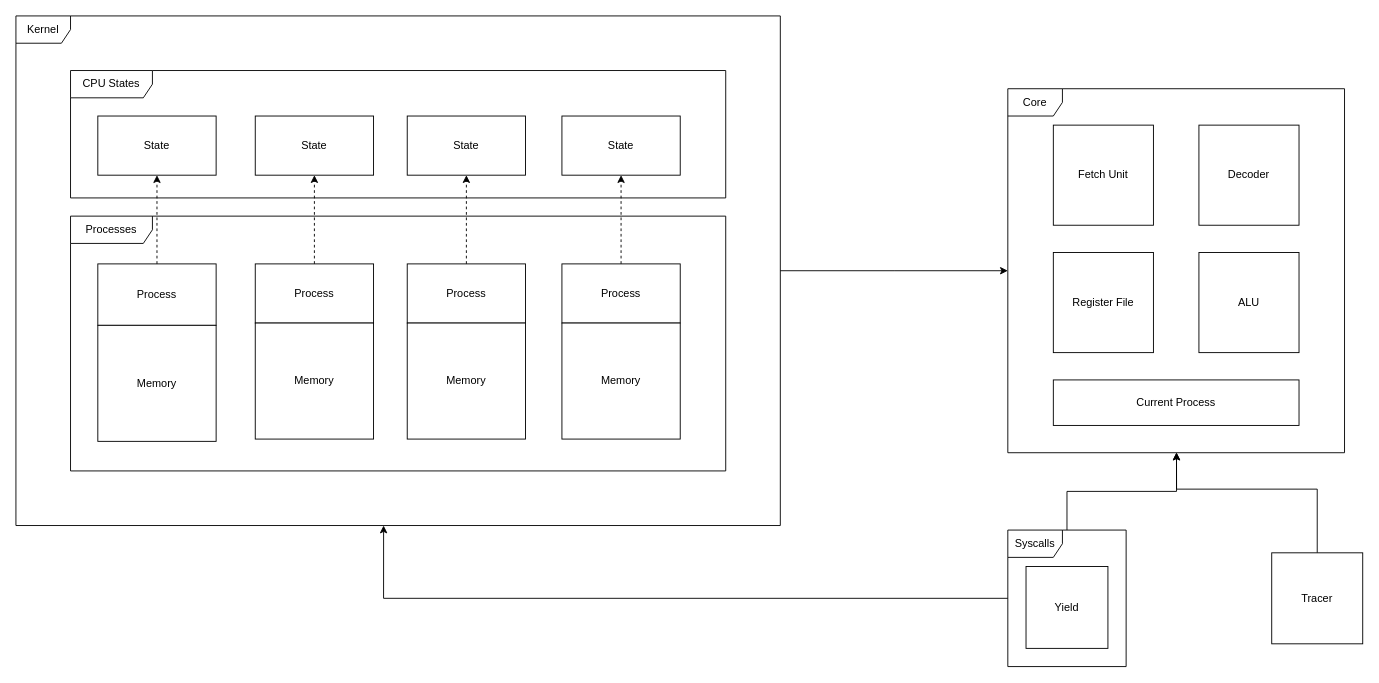
Earlier version of the draw.io diagram page "SC-MP" (2 of 3) of UML/architechture.drawio (XwanXuanX/Misim). Source tidied: cells renumbered, new cells numbered last; positions are measured from the earlier drawing's top-left corner, leaving out a move shared by most shapes. Both pictures are drawn from the tidied source at 91%, with x=0, y=0 at pixel (15, 15).
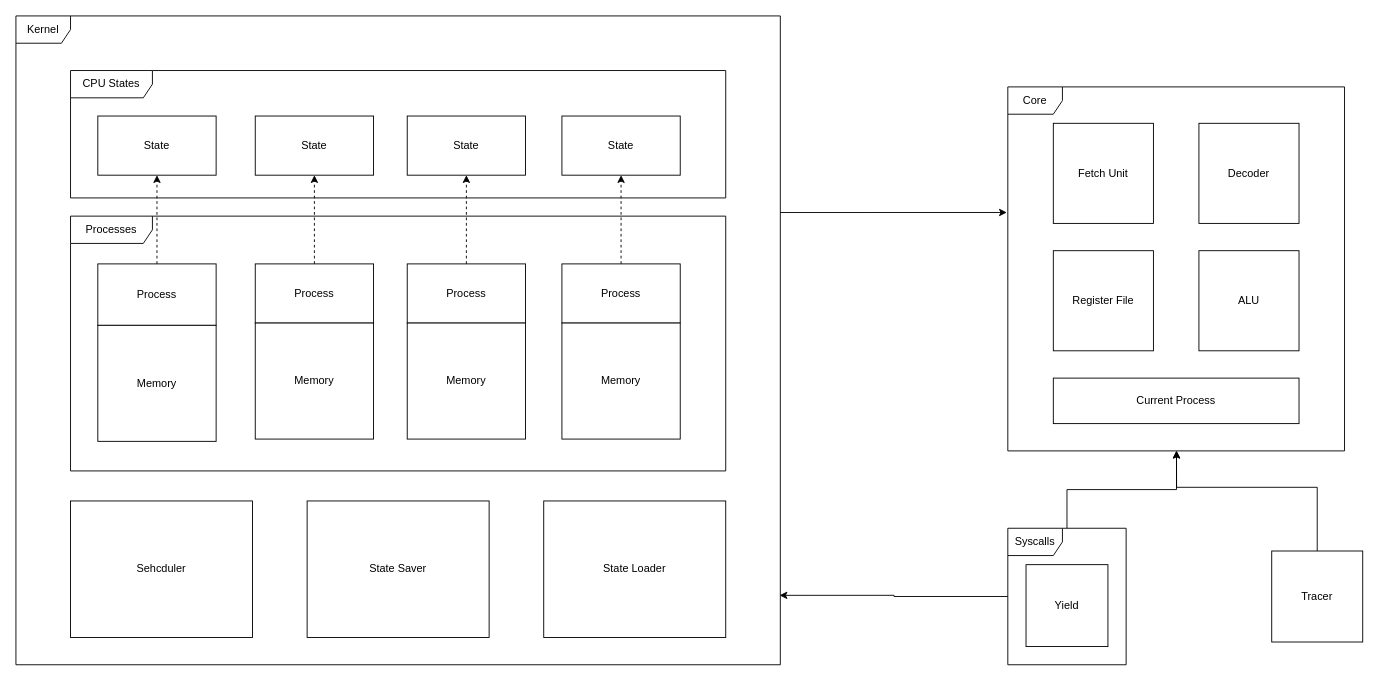
The same diagram, later.

The edit, as a diff of the source:
```diff
@@
     <mxCell id="3" value="Register File" style="html=1;whiteSpace=wrap;" parent="1" vertex="1">
-      <mxGeometry x="1140" y="260" width="110" height="110" as="geometry" />
+      <mxGeometry x="1140" y="258" width="110" height="110" as="geometry" />
     </mxCell>
     <mxCell id="4" value="ALU" style="html=1;whiteSpace=wrap;" parent="1" vertex="1">
-      <mxGeometry x="1300" y="260" width="110" height="110" as="geometry" />
+      <mxGeometry x="1300" y="258" width="110" height="110" as="geometry" />
     </mxCell>
     <mxCell id="5" value="Decoder" style="html=1;whiteSpace=wrap;" parent="1" vertex="1">
-      <mxGeometry x="1300" y="120" width="110" height="110" as="geometry" />
+      <mxGeometry x="1300" y="118" width="110" height="110" as="geometry" />
     </mxCell>
@@
     <mxCell id="19" value="Core" style="shape=umlFrame;whiteSpace=wrap;html=1;" parent="1" vertex="1">
-      <mxGeometry x="1090" y="80" width="370" height="400" as="geometry" />
+      <mxGeometry x="1090" y="78" width="370" height="400" as="geometry" />
     </mxCell>
     <mxCell id="20" value="Fetch Unit" style="html=1;whiteSpace=wrap;" parent="1" vertex="1">
-      <mxGeometry x="1140" y="120" width="110" height="110" as="geometry" />
+      <mxGeometry x="1140" y="118" width="110" height="110" as="geometry" />
     </mxCell>
-    <mxCell id="21" style="edgeStyle=orthogonalEdgeStyle;rounded=0;jettySize=auto;html=1;" parent="1" edge="1" source="22">
-      <mxGeometry relative="1" as="geometry">
-        <mxPoint x="1090" y="280" as="targetPoint" />
-      </mxGeometry>
-    </mxCell>
+    <mxCell id="34" style="edgeStyle=orthogonalEdgeStyle;rounded=0;jettySize=auto;html=1;exitX=1;exitY=0.303;exitDx=0;exitDy=0;exitPerimeter=0;entryX=-0.003;entryY=0.345;entryDx=0;entryDy=0;entryPerimeter=0;" parent="1" edge="1" source="22" target="19">
+      <mxGeometry relative="1" as="geometry" />
+    </mxCell>
     <mxCell id="22" value="Kernel" style="shape=umlFrame;whiteSpace=wrap;html=1;" parent="1" vertex="1">
-      <mxGeometry width="840" height="560" as="geometry" />
+      <mxGeometry width="840" height="713" as="geometry" />
     </mxCell>
@@
-    <mxCell id="24" style="edgeStyle=orthogonalEdgeStyle;rounded=0;jettySize=auto;html=1;entryX=0.481;entryY=1;entryDx=0;entryDy=0;entryPerimeter=0;" parent="1" edge="1" source="25" target="22">
+    <mxCell id="24" style="edgeStyle=orthogonalEdgeStyle;rounded=0;jettySize=auto;html=1;entryX=0.999;entryY=0.893;entryDx=0;entryDy=0;entryPerimeter=0;" parent="1" edge="1" source="25" target="22">
       <mxGeometry relative="1" as="geometry" />
     </mxCell>
     <mxCell id="25" value="Syscalls" style="shape=umlFrame;whiteSpace=wrap;html=1;" parent="1" vertex="1">
-      <mxGeometry x="1090" y="565" width="130" height="150" as="geometry" />
+      <mxGeometry x="1090" y="563" width="130" height="150" as="geometry" />
     </mxCell>
     <mxCell id="26" value="Yield" style="html=1;whiteSpace=wrap;" parent="1" vertex="1">
-      <mxGeometry x="1110" y="605" width="90" height="90" as="geometry" />
+      <mxGeometry x="1110" y="603" width="90" height="90" as="geometry" />
     </mxCell>
@@
     <mxCell id="31" value="Current Process" style="html=1;whiteSpace=wrap;" parent="1" vertex="1">
-      <mxGeometry x="1140" y="400" width="270" height="50" as="geometry" />
+      <mxGeometry x="1140" y="398" width="270" height="50" as="geometry" />
     </mxCell>
     <mxCell id="32" style="edgeStyle=orthogonalEdgeStyle;rounded=0;jettySize=auto;html=1;exitX=0.5;exitY=0;exitDx=0;exitDy=0;entryX=0.501;entryY=0.999;entryDx=0;entryDy=0;entryPerimeter=0;" parent="1" edge="1" source="33" target="19">
       <mxGeometry relative="1" as="geometry">
         <Array as="points">
-          <mxPoint x="1430" y="520" />
-          <mxPoint x="1275" y="520" />
+          <mxPoint x="1430" y="518" />
+          <mxPoint x="1275" y="518" />
         </Array>
       </mxGeometry>
     </mxCell>
     <mxCell id="33" value="Tracer" style="html=1;whiteSpace=wrap;" parent="1" vertex="1">
-      <mxGeometry x="1380" y="590" width="100" height="100" as="geometry" />
+      <mxGeometry x="1380" y="588" width="100" height="100" as="geometry" />
     </mxCell>
+    <mxCell id="35" value="Sehcduler" style="html=1;whiteSpace=wrap;" parent="1" vertex="1">
+      <mxGeometry x="60" y="533" width="200" height="150" as="geometry" />
+    </mxCell>
+    <mxCell id="36" value="State Saver" style="html=1;whiteSpace=wrap;" parent="1" vertex="1">
+      <mxGeometry x="320" y="533" width="200" height="150" as="geometry" />
+    </mxCell>
+    <mxCell id="37" value="State Loader" style="html=1;whiteSpace=wrap;" parent="1" vertex="1">
+      <mxGeometry x="580" y="533" width="200" height="150" as="geometry" />
+    </mxCell>
```
